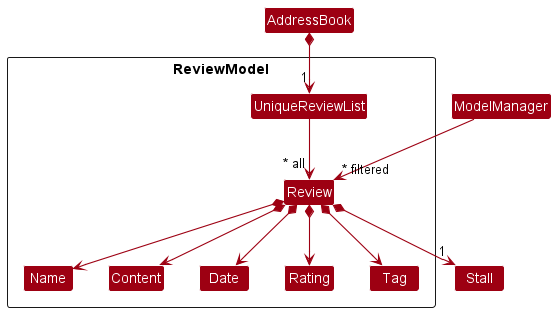
This is docs/images/ModelReviewClassDiagram.png from nus-cs2103-AY2223S1/tp, a PlantUML export, as it was before one commit. Its diagram source:
```plantuml
@startuml
!include style.puml
skinparam arrowThickness 1.1
skinparam arrowColor MODEL_COLOR
skinparam classBackgroundColor MODEL_COLOR

Package ReviewModel <<Rectangle>>{
Class Review
Class Name
Class Content
Class Date
Class Rating
Class Tag
Class UniqueReviewList
}

UniqueReviewList --> "~* all" Review
AddressBook *--> "1" UniqueReviewList
Review *--> Name
Review *--> Content
Review *--> Date
Review *--> Rating
Review *--> Tag

ModelManager -->"~* filtered" Review
Review *--> "1" Stall
@enduml
```
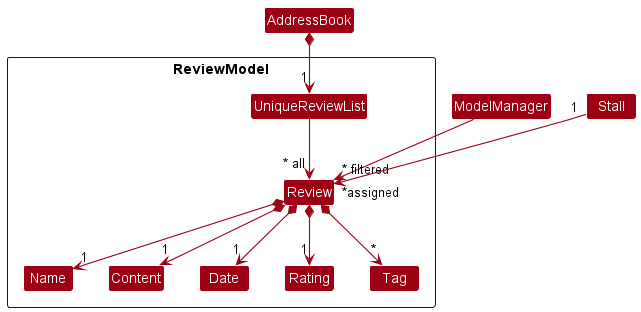
Above is the later version.

The edit, as a diff of the source:
```diff
@@ -16,12 +16,12 @@
 
 UniqueReviewList --> "~* all" Review
 AddressBook *--> "1" UniqueReviewList
-Review *--> Name
-Review *--> Content
-Review *--> Date
-Review *--> Rating
-Review *--> Tag
+Review *--> "1" Name
+Review *--> "1" Content
+Review *--> "1" Date
+Review *--> "1" Rating
+Review *--> "*" Tag
 
 ModelManager -->"~* filtered" Review
-Review *--> "1" Stall
+Stall "1" --> "~*assigned" Review
 @enduml
```
